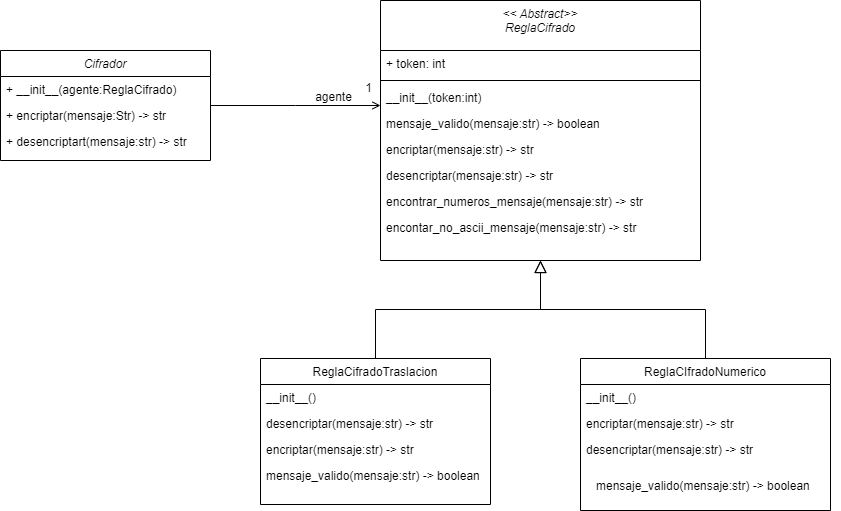
AdrianPerdomoE/Actividad_preparatoria_final_poo keeps this draw.io diagram as assets/Diagrama.drawio.png. Above is the earlier version. Source tidied: cells renumbered, new cells last; positions are measured from the earlier drawing's top-left corner, leaving out a move shared by most shapes.
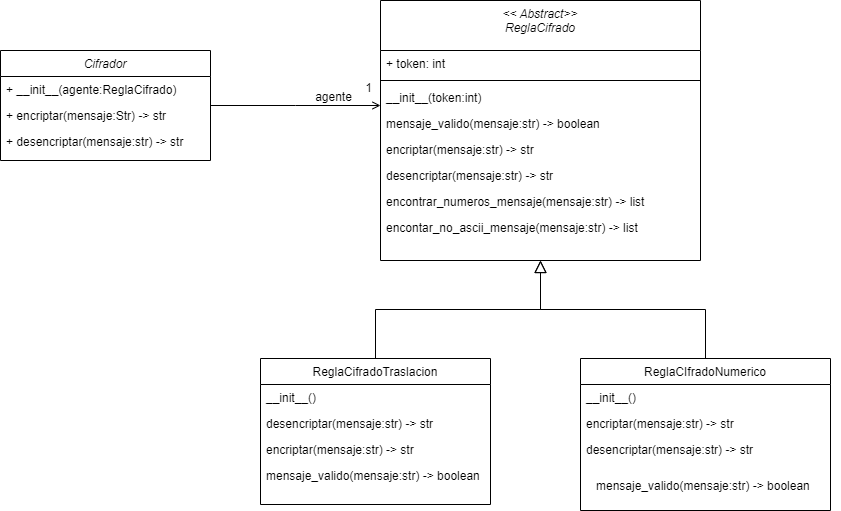
The same diagram one commit later.

What changed in the source:
```diff
@@ -11,7 +11,7 @@
     <mxCell id="4" value="+ encriptar(mensaje:Str) -&gt; str" style="text;align=left;verticalAlign=top;spacingLeft=4;spacingRight=4;overflow=hidden;rounded=0;shadow=0;html=0;" parent="2" vertex="1">
       <mxGeometry y="52" width="210" height="26" as="geometry" />
     </mxCell>
-    <mxCell id="5" value="+ desencriptart(mensaje:str) -&gt; str" style="text;align=left;verticalAlign=top;spacingLeft=4;spacingRight=4;overflow=hidden;rounded=0;shadow=0;html=0;" parent="2" vertex="1">
+    <mxCell id="5" value="+ desencriptar(mensaje:str) -&gt; str" style="text;align=left;verticalAlign=top;spacingLeft=4;spacingRight=4;overflow=hidden;rounded=0;shadow=0;html=0;" parent="2" vertex="1">
       <mxGeometry y="78" width="210" height="26" as="geometry" />
     </mxCell>
     <mxCell id="6" value="ReglaCifradoTraslacion" style="swimlane;fontStyle=0;align=center;verticalAlign=top;horizontal=1;startSize=26;rounded=0;shadow=0;strokeWidth=1;" parent="1" vertex="1">
@@ -68,10 +68,10 @@
     <mxCell id="23" value="desencriptar(mensaje:str) -&gt; str" style="text;align=left;verticalAlign=top;spacingLeft=4;spacingRight=4;overflow=hidden;" parent="17" vertex="1">
       <mxGeometry y="162" width="320" height="26" as="geometry" />
     </mxCell>
-    <mxCell id="24" value="encontrar_numeros_mensaje(mensaje:str) -&gt; str" style="text;align=left;verticalAlign=top;spacingLeft=4;spacingRight=4;overflow=hidden;" parent="17" vertex="1">
+    <mxCell id="24" value="encontrar_numeros_mensaje(mensaje:str) -&gt; list" style="text;align=left;verticalAlign=top;spacingLeft=4;spacingRight=4;overflow=hidden;" parent="17" vertex="1">
       <mxGeometry y="188" width="320" height="26" as="geometry" />
     </mxCell>
-    <mxCell id="25" value="encontar_no_ascii_mensaje(mensaje:str) -&gt; str" style="text;align=left;verticalAlign=top;spacingLeft=4;spacingRight=4;overflow=hidden;" parent="17" vertex="1">
+    <mxCell id="25" value="encontar_no_ascii_mensaje(mensaje:str) -&gt; list&#10;" style="text;align=left;verticalAlign=top;spacingLeft=4;spacingRight=4;overflow=hidden;" parent="17" vertex="1">
       <mxGeometry y="214" width="320" height="26" as="geometry" />
     </mxCell>
     <mxCell id="26" style="endArrow=open;shadow=0;strokeWidth=1;rounded=0;endFill=1;edgeStyle=elbowEdgeStyle;elbow=vertical;" parent="1" edge="1" source="2" target="17">
```
